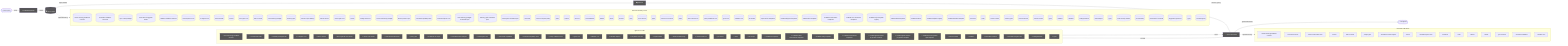
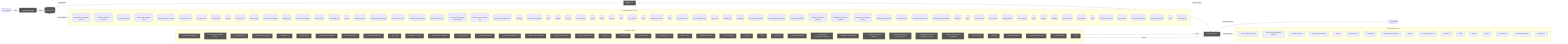
flowchart LR
  UserQ(["👤 User Query"])
  Embed["📐 Embedding Model"]
  VecDB[("📚 Vector Store")]
  Retriever["🔍 Retriever"]
  LLMNode["🧠 LLM / Generator"]
  Output(["✅ Response"])
  UserQ -->|query| Embed
  Embed -->|vector| VecDB
  VecDB -->|top-k chunks| Retriever
  Retriever -->|context + query| LLMNode
  LLMNode -->|generated answer| Output
  subgraph DetectedMemory["Detected memory stores"]
    det_detectedmemory_check_steering_feedback_contract_80134459[("check-steering-feedback-contract")]
    det_detectedmemory_normalize_workflow_contracts_8701f1c8[("normalize-workflow-contracts")]
    det_detectedmemory_sync_codex_preflight_7e7a8dc2[("sync-codex-preflight")]
    det_detectedmemory_test_harness_upgrade_matrix_84113c4e[("test-harness-upgrade-matrix")]
    det_detectedmemory_validate_workflow_contracts_33dc063c[("validate-workflow-contracts")]
    det_detectedmemory_branch_protect_core_a8feb0fd[("branch-protect-core")]
    det_detectedmemory_ci_migrate_core_7005b5af[("ci-migrate-core")]
    det_detectedmemory_context_health_80bb7da9[("context-health")]
    det_detectedmemory_context_ea7792a2[("context")]
    det_detectedmemory_docs_gate_core_eb9b6c18[("docs-gate-core")]
    det_detectedmemory_index_context_de3ed39d[("index-context")]
    det_detectedmemory_local_memory_preflight_dcc36c42[("local-memory-preflight")]
    det_detectedmemory_memory_gate_a577a506[("memory-gate")]
    det_detectedmemory_pattern_scope_siblings_43abe000[("pattern-scope-siblings")]
    det_detectedmemory_review_context_ca6cf81d[("review-context")]
    det_detectedmemory_review_gate_core_4c8001f9[("review-gate-core")]
    det_detectedmemory_search_24193290[("search")]
    det_detectedmemory_tooling_audit_core_328d6a41[("tooling-audit-core")]
    det_detectedmemory_run_local_memory_preflight_36e92808[("run-local-memory-preflight")]
    det_detectedmemory_branch_protect_sync_570adb18[("branch-protect-sync")]
    det_detectedmemory_command_capability_rules_ca3f496a[("command-capability-rules")]
    det_detectedmemory_command_specs_core_1c0ffc99[("command-specs-core")]
    det_detectedmemory_local_memory_preflight_command_spec_9e23f3ce[("local-memory-preflight-command-spec")]
    det_detectedmemory_memory_gate_command_spec_dc9001a9[("memory-gate-command-spec")]
    det_detectedmemory_review_gate_command_spec_3187376a[("review-gate-command-spec")]
    det_detectedmemory_constants_7517017f[("constants")]
    det_detectedmemory_context_compact_policy_3dcaf95d[("context-compact-policy")]
    det_detectedmemory_index_1bc04b52[("index")]
    det_detectedmemory_indexer_70fa78e5[("indexer")]
    det_detectedmemory_init_error_5c7dd49f[("init-error")]
    det_detectedmemory_lexical_fallback_723e2b3e[("lexical-fallback")]
    det_detectedmemory_ollama_76e3c7bf[("ollama")]
    det_detectedmemory_rollout_a4fa034c[("rollout")]
    det_detectedmemory_sources_878a52fc[("sources")]
    det_detectedmemory_store_824d80d7[("store")]
    det_detectedmemory_sync_contract_c79fa191[("sync-contract")]
    det_detectedmemory_types_3_9675d69b[("types")]
    det_detectedmemory_harness_run_context_ac7c77a9[("harness-run-context")]
    det_detectedmemory_index_1_faebc14e[("index")]
    det_detectedmemory_json_schema_core_96d7e328[("json-schema-core")]
    det_detectedmemory_policy_validators_core_714a3fe7[("policy-validators-core")]
    det_detectedmemory_types_core_e405ddca[("types-core")]
    det_detectedmemory_validator_core_4358f8ba[("validator-core")]
    det_detectedmemory_init_modes_c05ceb07[("init-modes")]
    det_detectedmemory_project_brain_templates_7ef51530[("project-brain-templates")]
    det_detectedmemory_scaffold_diagram_templates_dd88e83c[("scaffold-diagram-templates")]
    det_detectedmemory_scaffold_doc_templates_f6152330[("scaffold-doc-templates")]
    det_detectedmemory_scaffold_environment_templates_c1ceba6a[("scaffold-environment-templates")]
    det_detectedmemory_scaffold_root_command_templates_404fed7f[("scaffold-root-command-templates")]
    det_detectedmemory_scaffold_script_template_registry_69312d4e[("scaffold-script-template-registry")]
    det_detectedmemory_scaffold_shell_templates_0ad0f915[("scaffold-shell-templates")]
    det_detectedmemory_scaffold_surfaces_12d6494e[("scaffold-surfaces")]
    det_detectedmemory_scaffold_template_registry_b1cce2aa[("scaffold-template-registry")]
    det_detectedmemory_scaffold_workflow_template_92310587[("scaffold-workflow-template")]
    det_detectedmemory_eval_seed_5699fd3e[("eval-seed")]
    det_detectedmemory_index_4_013aa0e3[("index")]
    det_detectedmemory_review_context_1_e3afed15[("review-context")]
    det_detectedmemory_memory_gate_1_265164ac[("memory-gate")]
    det_detectedmemory_branch_enforcer_acb749cd[("branch-enforcer")]
    det_detectedmemory_metrics_tracker_98cec29c[("metrics-tracker")]
    det_detectedmemory_types_10_75e5a4a0[("types")]
    det_detectedmemory_validator_4_5180cf23[("validator")]
    det_detectedmemory_classifier_fe1991a9[("classifier")]
    det_detectedmemory_tooling_baseline_50ab2eeb[("tooling-baseline")]
    det_detectedmemory_claim_helpers_20dc8387[("claim-helpers")]
    det_detectedmemory_types_14_fe7507be[("types")]
    det_detectedmemory_local_memory_smoke_1175abfc[("local-memory-smoke")]
    det_detectedmemory_local_memory_0db17ecc[("local-memory")]
    det_detectedmemory_performance_overload_c685bfcf[("performance-overload")]
    det_detectedmemory_suggestion_generator_0956f794[("suggestion-generator")]
    det_detectedmemory_types_19_eb4ad5f0[("types")]
    det_detectedmemory_overload_guard_2748c559[("overload-guard")]
  end
  VecDB -. "implemented by" .-> DetectedMemory
  subgraph DetectedLLM["Detected LLM clients"]
+     det_detectedllm_check_codex_agent_roles_5bb2e89b["check-codex-agent-roles"]
    det_detectedllm_check_steering_feedback_contract_80134459["check-steering-feedback-contract"]
    det_detectedllm_run_harness_evals_77704768["run-harness-evals"]
    det_detectedllm_check_environment_core_2c16213f["check-environment-core"]
    det_detectedllm_context_ea7792a2["context"]
    det_detectedllm_index_context_de3ed39d["index-context"]
    det_detectedllm_prompt_gate_c5e9d207["prompt-gate"]
    det_detectedllm_remediate_runner_helpers_929fedcc["remediate-runner-helpers"]
    det_detectedllm_search_24193290["search"]
    det_detectedllm_command_specs_core_1c0ffc99["command-specs-core"]
    det_detectedllm_constants_7517017f["constants"]
    det_detectedllm_index_1bc04b52["index"]
    det_detectedllm_indexer_70fa78e5["indexer"]
    det_detectedllm_ollama_76e3c7bf["ollama"]
    det_detectedllm_sync_contract_c79fa191["sync-contract"]
    det_detectedllm_north_star_validators_cfc926ce["north-star-validators"]
    det_detectedllm_sensitive_text_7c11f760["sensitive-text"]
  end
  LLMNode -. "implemented by" .-> DetectedLLM
  subgraph DetectedTools["Agentic tool calls"]
+     det_detectedtools_check_codex_agent_roles_5bb2e89b["🔧 check-codex-agent-roles"]
    det_detectedtools_check_steering_feedback_contract_80134459["🔧 check-steering-feedback-contract"]
    det_detectedtools_run_harness_evals_77704768["🔧 run-harness-evals"]
    det_detectedtools_validate_packaged_skill_5e32c890["🔧 validate-packaged-skill"]
    det_detectedtools_ci_migrate_core_7005b5af["🔧 ci-migrate-core"]
    det_detectedtools_doctor_checks_5a2eb2b9["🔧 doctor-checks"]
    det_detectedtools_doctor_github_tool_checks_a53b0382["🔧 doctor-github-tool-checks"]
    det_detectedtools_doctor_tool_checks_4acac51a["🔧 doctor-tool-checks"]
    det_detectedtools_next_blocked_decisions_4140ad2b["🔧 next-blocked-decisions"]
    det_detectedtools_policy_gate_213f7313["🔧 policy-gate"]
    det_detectedtools_remediate_cli_output_cc165396["🔧 remediate-cli-output"]
    det_detectedtools_remediate_runner_helpers_929fedcc["🔧 remediate-runner-helpers"]
    det_detectedtools_review_gate_core_4c8001f9["🔧 review-gate-core"]
    det_detectedtools_command_capabilities_a4d5c71e["🔧 command-capabilities"]
    det_detectedtools_command_capability_rules_ca3f496a["🔧 command-capability-rules"]
+     det_detectedtools_linear_command_actions_e430f4f4["🔧 linear-command-actions"]
+     det_detectedtools_linear_command_runner_4a740dfc["🔧 linear-command-runner"]
    det_detectedtools_policy_validators_core_714a3fe7["🔧 policy-validators-core"]
    det_detectedtools_types_core_e405ddca["🔧 types-core"]
    det_detectedtools_validator_core_4358f8ba["🔧 validator-core"]
    det_detectedtools_validator_helpers_7b927667["🔧 validator-helpers"]
    det_detectedtools_he_phase_exit_core_1148895b["🔧 he-phase-exit-core"]
    det_detectedtools_ralph_runtime_73d63c0e["🔧 ralph-runtime"]
    det_detectedtools_observed_skill_usage_ed7d5930["🔧 observed-skill-usage"]
    det_detectedtools_closure_evidence_aaa31467["🔧 closure-evidence"]
    det_detectedtools_pr_creator_dc6b1ea4["🔧 pr-creator"]
    det_detectedtools_client_948fe603["🔧 client"]
    det_detectedtools_init_output_360dce91["🔧 init-output"]
    det_detectedtools_scaffold_ci_templates_2afd6392["🔧 scaffold-ci-templates"]
    det_detectedtools_scaffold_codex_environment_templates_334fbbed["🔧 scaffold-codex-environment-templates"]
    det_detectedtools_scaffold_config_templates_4b80ce53["🔧 scaffold-config-templates"]
    det_detectedtools_scaffold_environment_templates_c1ceba6a["🔧 scaffold-environment-templates"]
    det_detectedtools_scaffold_github_actions_pr_pipeline_renderer_1ee18de5["🔧 scaffold-github-actions-pr-pipeline-renderer"]
    det_detectedtools_scaffold_github_actions_pr_pipeline_template_e2b85f62["🔧 scaffold-github-actions-pr-pipeline-template"]
    det_detectedtools_scaffold_release_private_npm_template_075499f8["🔧 scaffold-release-private-npm-template"]
    det_detectedtools_metrics_tracker_98cec29c["🔧 metrics-tracker"]
    det_detectedtools_validator_4_5180cf23["🔧 validator"]
    det_detectedtools_normalise_renderer_85f2e563["🔧 normalise-renderer"]
    det_detectedtools_evaluation_engine_core_e054fe49["🔧 evaluation-engine-core"]
    det_detectedtools_tooling_baseline_50ab2eeb["🔧 tooling-baseline"]
    det_detectedtools_types_21_5756f9dc["🔧 types"]
  end
  LLMNode -->|tool use| DetectedTools
  DetectedTools -->|result| LLMNode
  classDef memNode fill:#555,color:#fff
  class VecDB,Retriever memNode
  classDef llmNode fill:#555,color:#fff
  class LLMNode,Embed llmNode
  classDef toolNode fill:#555,color:#fff
-   class det_detectedtools_check_steering_feedback_contract_80134459,det_detectedtools_run_harness_evals_77704768,det_detectedtools_validate_packaged_skill_5e32c890,det_detectedtools_ci_migrate_core_7005b5af,det_detectedtools_doctor_checks_5a2eb2b9,det_detectedtools_doctor_github_tool_checks_a53b0382,det_detectedtools_doctor_tool_checks_4acac51a,det_detectedtools_next_blocked_decisions_4140ad2b,det_detectedtools_policy_gate_213f7313,det_detectedtools_remediate_cli_output_cc165396,det_detectedtools_remediate_runner_helpers_929fedcc,det_detectedtools_review_gate_core_4c8001f9,det_detectedtools_command_capabilities_a4d5c71e,det_detectedtools_command_capability_rules_ca3f496a,det_detectedtools_policy_validators_core_714a3fe7,det_detectedtools_types_core_e405ddca,det_detectedtools_validator_core_4358f8ba,det_detectedtools_validator_helpers_7b927667,det_detectedtools_he_phase_exit_core_1148895b,det_detectedtools_ralph_runtime_73d63c0e,det_detectedtools_observed_skill_usage_ed7d5930,det_detectedtools_closure_evidence_aaa31467,det_detectedtools_pr_creator_dc6b1ea4,det_detectedtools_client_948fe603,det_detectedtools_init_output_360dce91,det_detectedtools_scaffold_ci_templates_2afd6392,det_detectedtools_scaffold_codex_environment_templates_334fbbed,det_detectedtools_scaffold_config_templates_4b80ce53,det_detectedtools_scaffold_environment_templates_c1ceba6a,det_detectedtools_scaffold_github_actions_pr_pipeline_renderer_1ee18de5,det_detectedtools_scaffold_github_actions_pr_pipeline_template_e2b85f62,det_detectedtools_scaffold_release_private_npm_template_075499f8,det_detectedtools_metrics_tracker_98cec29c,det_detectedtools_validator_4_5180cf23,det_detectedtools_normalise_renderer_85f2e563,det_detectedtools_evaluation_engine_core_e054fe49,det_detectedtools_tooling_baseline_50ab2eeb,det_detectedtools_types_21_5756f9dc toolNode
+   class det_detectedtools_check_codex_agent_roles_5bb2e89b,det_detectedtools_check_steering_feedback_contract_80134459,det_detectedtools_run_harness_evals_77704768,det_detectedtools_validate_packaged_skill_5e32c890,det_detectedtools_ci_migrate_core_7005b5af,det_detectedtools_doctor_checks_5a2eb2b9,det_detectedtools_doctor_github_tool_checks_a53b0382,det_detectedtools_doctor_tool_checks_4acac51a,det_detectedtools_next_blocked_decisions_4140ad2b,det_detectedtools_policy_gate_213f7313,det_detectedtools_remediate_cli_output_cc165396,det_detectedtools_remediate_runner_helpers_929fedcc,det_detectedtools_review_gate_core_4c8001f9,det_detectedtools_command_capabilities_a4d5c71e,det_detectedtools_command_capability_rules_ca3f496a,det_detectedtools_linear_command_actions_e430f4f4,det_detectedtools_linear_command_runner_4a740dfc,det_detectedtools_policy_validators_core_714a3fe7,det_detectedtools_types_core_e405ddca,det_detectedtools_validator_core_4358f8ba,det_detectedtools_validator_helpers_7b927667,det_detectedtools_he_phase_exit_core_1148895b,det_detectedtools_ralph_runtime_73d63c0e,det_detectedtools_observed_skill_usage_ed7d5930,det_detectedtools_closure_evidence_aaa31467,det_detectedtools_pr_creator_dc6b1ea4,det_detectedtools_client_948fe603,det_detectedtools_init_output_360dce91,det_detectedtools_scaffold_ci_templates_2afd6392,det_detectedtools_scaffold_codex_environment_templates_334fbbed,det_detectedtools_scaffold_config_templates_4b80ce53,det_detectedtools_scaffold_environment_templates_c1ceba6a,det_detectedtools_scaffold_github_actions_pr_pipeline_renderer_1ee18de5,det_detectedtools_scaffold_github_actions_pr_pipeline_template_e2b85f62,det_detectedtools_scaffold_release_private_npm_template_075499f8,det_detectedtools_metrics_tracker_98cec29c,det_detectedtools_validator_4_5180cf23,det_detectedtools_normalise_renderer_85f2e563,det_detectedtools_evaluation_engine_core_e054fe49,det_detectedtools_tooling_baseline_50ab2eeb,det_detectedtools_types_21_5756f9dc toolNode
